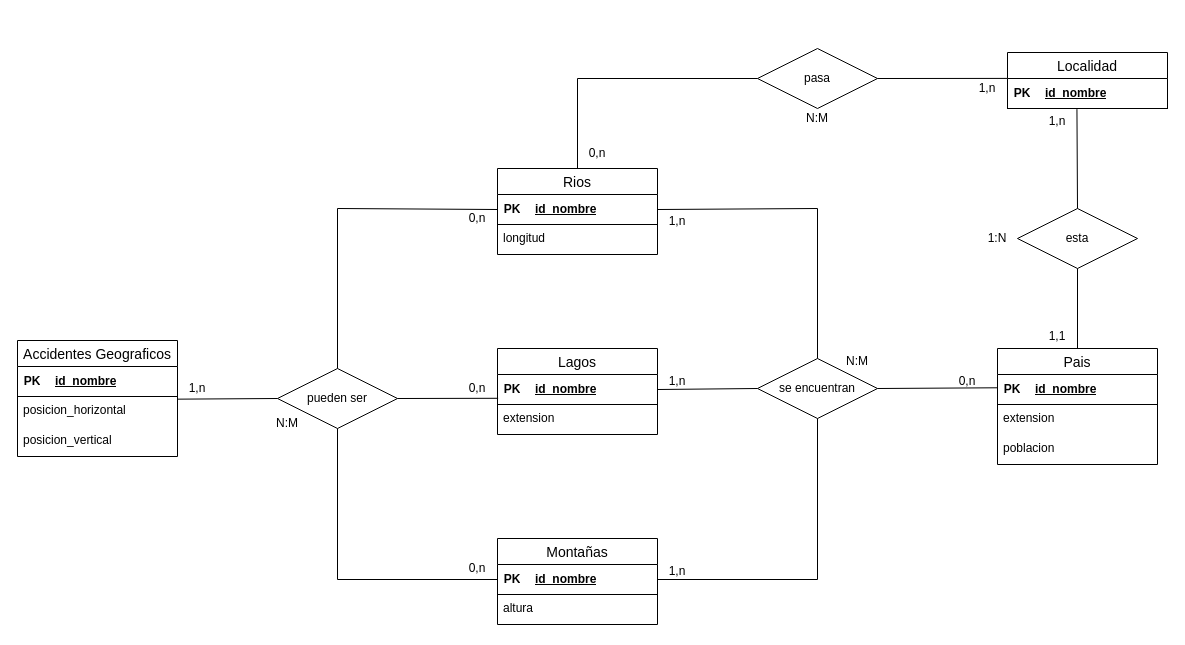
Above: Ejercicio11.drawio in Daninuro/diagrames-cvf-dn-mpl-n-11102023 (draw.io), before the change. Source tidied: cells renumbered, new cells numbered last; positions are measured from the earlier drawing's top-left corner, leaving out a move shared by most shapes. Both pictures are drawn from the tidied source at 100%, with x=0, y=0 at pixel (17, 48).
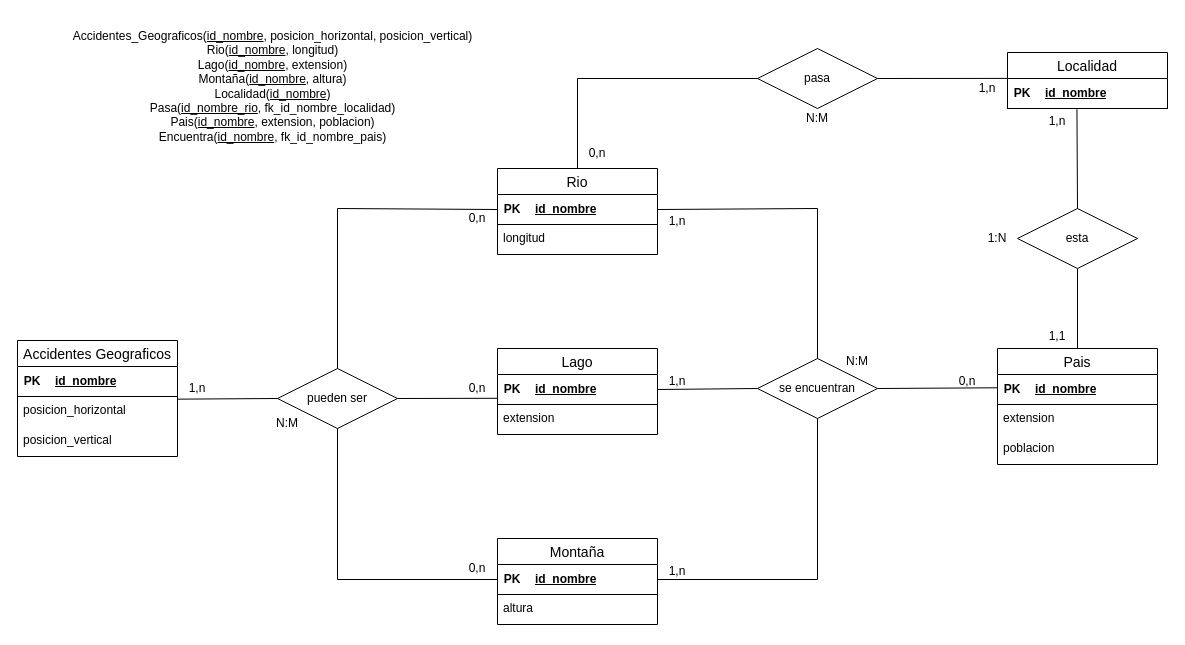
The same page after the edit.

What changed in the source:
```diff
@@
-    <mxCell id="9" value="Rios" style="swimlane;fontStyle=0;horizontal=1;startSize=26;align=center;fontSize=14;" parent="1" vertex="1">
+    <mxCell id="9" value="Rio" style="swimlane;fontStyle=0;horizontal=1;startSize=26;align=center;fontSize=14;" parent="1" vertex="1">
       <mxGeometry x="480" y="120" width="160" height="86" as="geometry" />
     </mxCell>
@@
-    <mxCell id="15" value="Lagos" style="swimlane;fontStyle=0;horizontal=1;startSize=26;align=center;fontSize=14;" parent="1" vertex="1">
+    <mxCell id="15" value="Lago" style="swimlane;fontStyle=0;horizontal=1;startSize=26;align=center;fontSize=14;" parent="1" vertex="1">
       <mxGeometry x="480" y="300" width="160" height="86" as="geometry" />
     </mxCell>
@@
-    <mxCell id="21" value="Montañas" style="swimlane;fontStyle=0;horizontal=1;startSize=26;align=center;fontSize=14;" parent="1" vertex="1">
+    <mxCell id="21" value="Montaña" style="swimlane;fontStyle=0;horizontal=1;startSize=26;align=center;fontSize=14;" parent="1" vertex="1">
       <mxGeometry x="480" y="490" width="160" height="86" as="geometry" />
     </mxCell>
@@
+    <mxCell id="71" value="Accidentes_Geograficos(&lt;u&gt;id_nombre&lt;/u&gt;, posicion_horizontal, posicion_vertical)&lt;br&gt;Rio(&lt;u&gt;id_nombre&lt;/u&gt;, longitud)&lt;br&gt;Lago(&lt;u&gt;id_nombre&lt;/u&gt;, extension)&lt;br&gt;Montaña(&lt;u&gt;id_nombre&lt;/u&gt;, altura)&lt;br&gt;Localidad(&lt;u&gt;id_nombre&lt;/u&gt;)&lt;br&gt;Pasa(&lt;u&gt;id_nombre_rio&lt;/u&gt;, fk_id_nombre_localidad)&lt;br&gt;Pais(&lt;u&gt;id_nombre&lt;/u&gt;, extension, poblacion)&lt;br&gt;Encuentra(&lt;u&gt;id_nombre&lt;/u&gt;, fk_id_nombre_pais)" style="text;html=1;strokeColor=none;fillColor=none;align=center;verticalAlign=middle;whiteSpace=wrap;rounded=0;" parent="1" vertex="1">
+      <mxGeometry x="49" y="-31" width="413" height="137" as="geometry" />
+    </mxCell>
```
